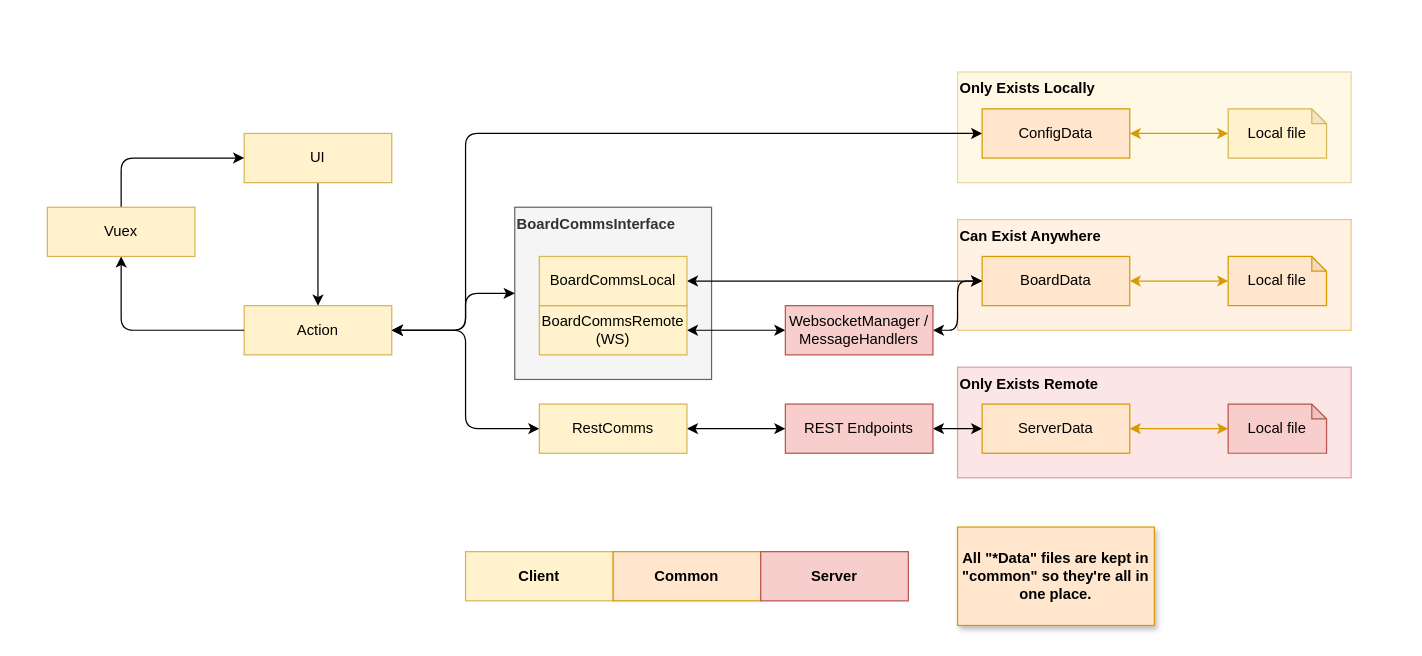
Above: docs/actionframework.drawio in benzenittini/constellation (draw.io), before the change. Source tidied: cells renumbered, new cells numbered last; positions are measured from the earlier drawing's top-left corner, leaving out a move shared by most shapes. Both pictures are drawn from the tidied source at 123%, with x=0, y=0 at pixel (47, 71).
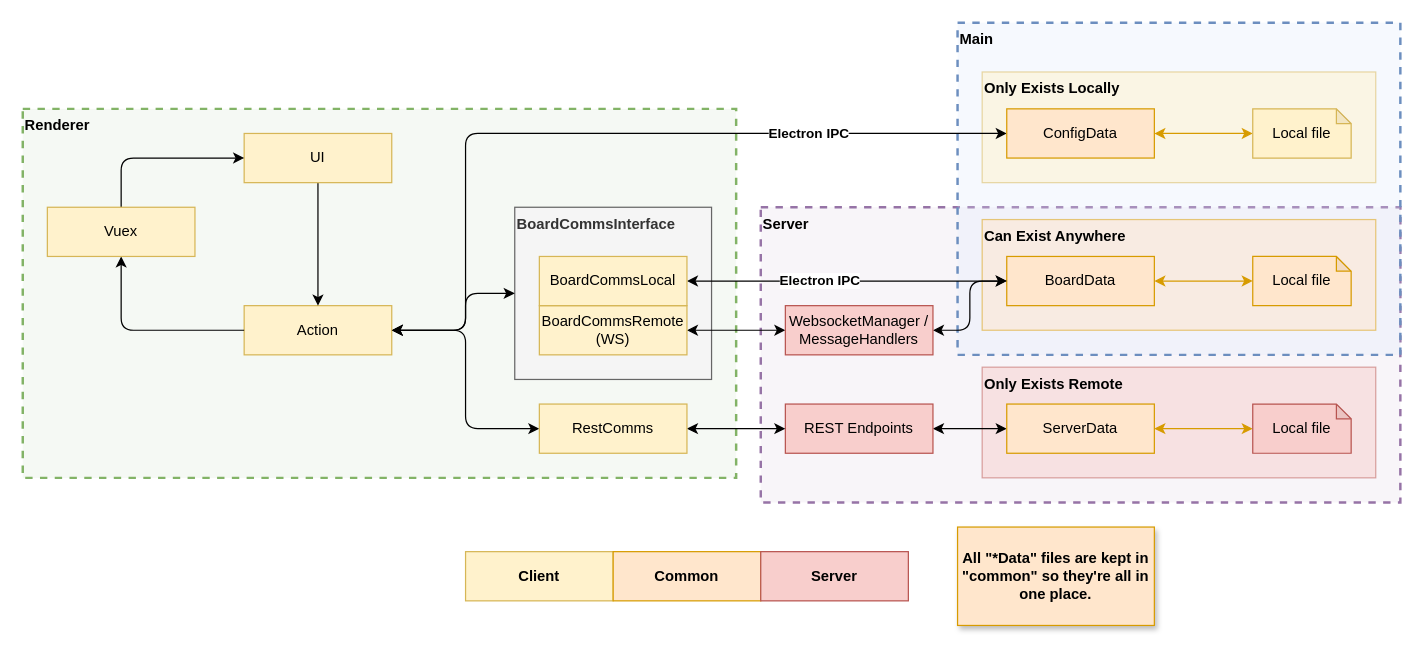
The same diagram, later.

Unchanged cells that the change refers to:
```xml
<mxCell id="6" style="edgeStyle=orthogonalEdgeStyle;rounded=1;jettySize=auto;html=1;exitX=1;exitY=0.5;exitDx=0;exitDy=0;entryX=0;entryY=0.5;entryDx=0;entryDy=0;startArrow=classic;startFill=1;" parent="1" edge="1" source="8" target="33">
  <mxGeometry relative="1" as="geometry">
    <Array as="points">
      <mxPoint x="340" y="210" />
      <mxPoint x="340" y="50" />
    </Array>
  </mxGeometry>
</mxCell>
<mxCell id="19" style="edgeStyle=orthogonalEdgeStyle;rounded=1;jettySize=auto;html=1;exitX=1;exitY=0.5;exitDx=0;exitDy=0;entryX=0;entryY=0.5;entryDx=0;entryDy=0;startArrow=classic;startFill=1;" parent="1" edge="1" source="20" target="11">
  <mxGeometry relative="1" as="geometry" />
</mxCell>
```

The edit, as a diff of the source:
```diff
@@
+    <mxCell id="38" value="Server" style="rounded=0;whiteSpace=wrap;html=1;verticalAlign=top;fontStyle=1;align=left;strokeWidth=2;dashed=1;fillColor=#e1d5e7;strokeColor=#9673a6;perimeterSpacing=0;glass=0;fillStyle=auto;fillOpacity=25;" parent="1" vertex="1">
+      <mxGeometry x="580" y="110" width="520" height="240" as="geometry" />
+    </mxCell>
+    <mxCell id="39" value="Main" style="rounded=0;whiteSpace=wrap;html=1;verticalAlign=top;fontStyle=1;align=left;strokeWidth=2;dashed=1;fillColor=#dae8fc;strokeColor=#6c8ebf;perimeterSpacing=0;glass=0;fillStyle=auto;fillOpacity=25;" parent="1" vertex="1">
+      <mxGeometry x="740" y="-40" width="360" height="270" as="geometry" />
+    </mxCell>
+    <mxCell id="40" value="Renderer" style="rounded=0;whiteSpace=wrap;html=1;verticalAlign=top;fontStyle=1;align=left;strokeWidth=2;dashed=1;fillColor=#d5e8d4;strokeColor=#82b366;perimeterSpacing=0;glass=0;fillStyle=auto;fillOpacity=25;" parent="1" vertex="1">
+      <mxGeometry x="-20" y="30" width="580" height="300" as="geometry" />
+    </mxCell>
@@
     <mxCell id="3" value="Only Exists Remote" style="rounded=0;whiteSpace=wrap;html=1;sketch=0;strokeWidth=1;fillColor=#f8cecc;strokeColor=#b85450;fontStyle=1;align=left;verticalAlign=top;opacity=50;" parent="1" vertex="1">
-      <mxGeometry x="740" y="240" width="320" height="90" as="geometry" />
+      <mxGeometry x="760" y="240" width="320" height="90" as="geometry" />
     </mxCell>
     <mxCell id="4" value="Can Exist Anywhere" style="rounded=0;whiteSpace=wrap;html=1;sketch=0;strokeWidth=1;fillColor=#ffe6cc;strokeColor=#d79b00;fontStyle=1;align=left;verticalAlign=top;opacity=50;" parent="1" vertex="1">
-      <mxGeometry x="740" y="120" width="320" height="90" as="geometry" />
+      <mxGeometry x="760" y="120" width="320" height="90" as="geometry" />
     </mxCell>
     <mxCell id="5" value="Only Exists Locally" style="rounded=0;whiteSpace=wrap;html=1;sketch=0;strokeWidth=1;fillColor=#fff2cc;strokeColor=#d6b656;fontStyle=1;align=left;verticalAlign=top;opacity=50;" parent="1" vertex="1">
-      <mxGeometry x="740" width="320" height="90" as="geometry" />
+      <mxGeometry x="760" width="320" height="90" as="geometry" />
     </mxCell>
@@
+    <mxCell id="41" value="Electron IPC" style="edgeLabel;html=1;align=center;verticalAlign=middle;fontStyle=1;" parent="6" vertex="1">
+      <mxGeometry x="0.51" y="1" relative="1" as="geometry" />
+    </mxCell>
@@
     <mxCell id="11" value="BoardData" style="rounded=0;whiteSpace=wrap;html=1;fillColor=#ffe6cc;strokeColor=#d79b00;strokeWidth=1;" parent="1" vertex="1">
-      <mxGeometry x="760" y="150" width="120" height="40" as="geometry" />
+      <mxGeometry x="780" y="150" width="120" height="40" as="geometry" />
     </mxCell>
@@
     <mxCell id="17" value="ServerData" style="rounded=0;whiteSpace=wrap;html=1;fillColor=#ffe6cc;strokeColor=#d79b00;strokeWidth=1;" parent="1" vertex="1">
-      <mxGeometry x="760" y="270" width="120" height="40" as="geometry" />
+      <mxGeometry x="780" y="270" width="120" height="40" as="geometry" />
     </mxCell>
     <mxCell id="18" value="Local file" style="shape=note;whiteSpace=wrap;html=1;backgroundOutline=1;darkOpacity=0.05;fillColor=#ffe6cc;strokeColor=#d79b00;size=12;strokeWidth=1;" parent="1" vertex="1">
-      <mxGeometry x="960" y="150" width="80" height="40" as="geometry" />
+      <mxGeometry x="980" y="150" width="80" height="40" as="geometry" />
     </mxCell>
@@
+    <mxCell id="42" value="Electron IPC" style="edgeLabel;html=1;align=center;verticalAlign=middle;fontStyle=1;" parent="19" vertex="1">
+      <mxGeometry x="-0.18" y="1" relative="1" as="geometry" />
+    </mxCell>
@@
     <mxCell id="33" value="ConfigData" style="rounded=0;whiteSpace=wrap;html=1;fillColor=#ffe6cc;strokeColor=#d79b00;strokeWidth=1;" parent="1" vertex="1">
-      <mxGeometry x="760" y="30" width="120" height="40" as="geometry" />
+      <mxGeometry x="780" y="30" width="120" height="40" as="geometry" />
     </mxCell>
     <mxCell id="34" value="Local file" style="shape=note;whiteSpace=wrap;html=1;backgroundOutline=1;darkOpacity=0.05;fillColor=#fff2cc;strokeColor=#d6b656;size=12;strokeWidth=1;" parent="1" vertex="1">
-      <mxGeometry x="960" y="30" width="80" height="40" as="geometry" />
+      <mxGeometry x="980" y="30" width="80" height="40" as="geometry" />
     </mxCell>
     <mxCell id="35" value="Local file" style="shape=note;whiteSpace=wrap;html=1;backgroundOutline=1;darkOpacity=0.05;fillColor=#f8cecc;strokeColor=#b85450;size=12;strokeWidth=1;" parent="1" vertex="1">
-      <mxGeometry x="960" y="270" width="80" height="40" as="geometry" />
+      <mxGeometry x="980" y="270" width="80" height="40" as="geometry" />
     </mxCell>
```
